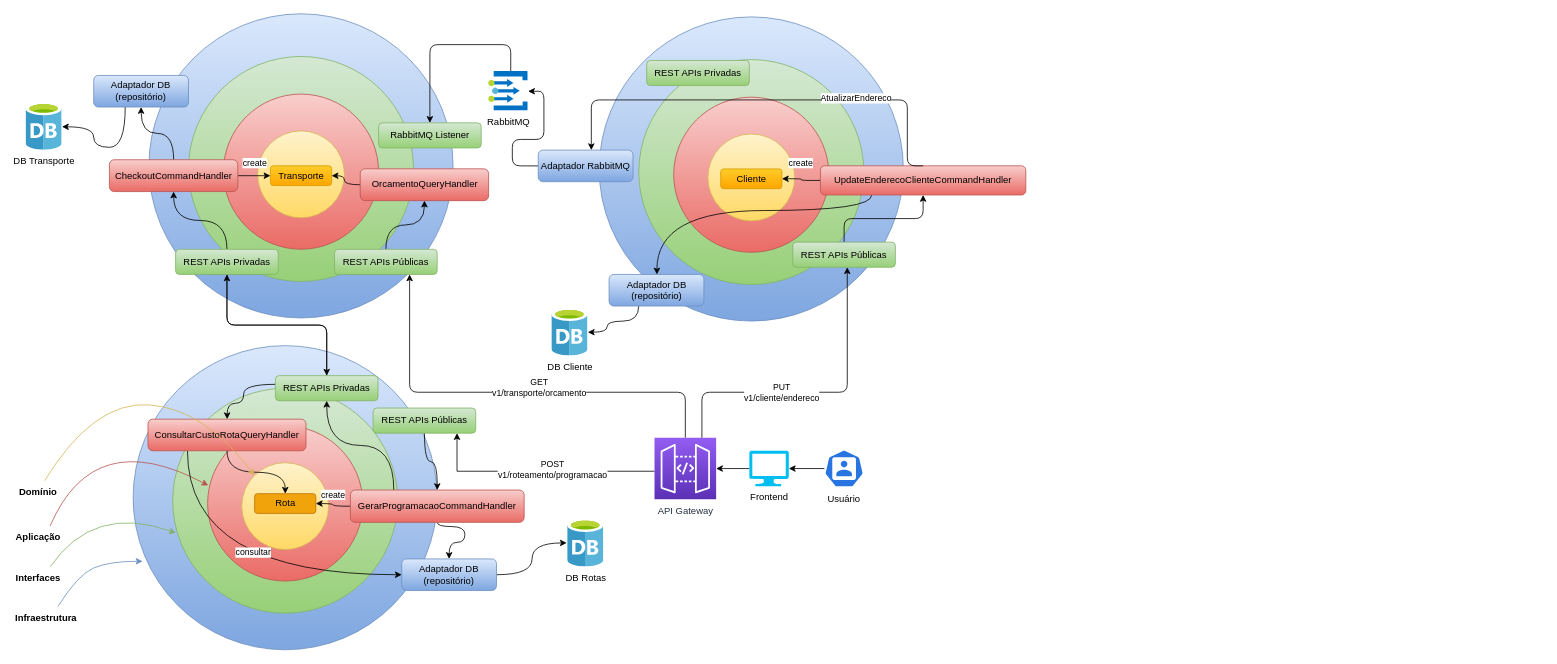
Earlier version of the draw.io diagram Untitled Diagram.drawio (sandromendes/boaentrega). Source tidied: cells renumbered, new cells numbered last; positions are measured from the earlier drawing's top-left corner, leaving out a move shared by most shapes. Both pictures are drawn from the tidied source at 79%, with x=0, y=0 at pixel (14, 13).
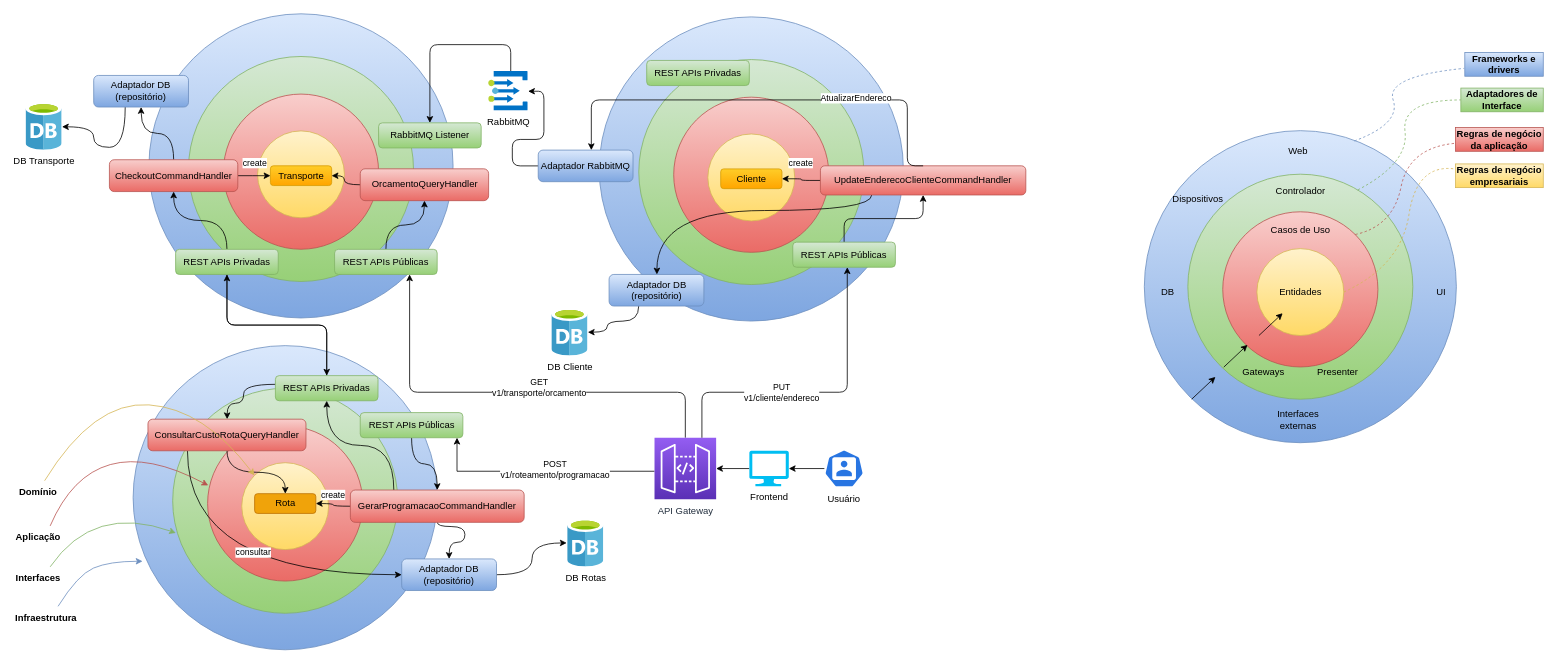
The same page after the edit.

What changed in the source:
```diff
@@
     <mxCell id="17" value="REST APIs Públicas" style="rounded=1;whiteSpace=wrap;html=1;fillColor=#d5e8d4;strokeColor=#82b366;gradientColor=#97d077;" parent="1" vertex="1">
-      <mxGeometry x="453.8" y="499" width="129.9" height="31.8" as="geometry" />
+      <mxGeometry x="437.5" y="504.8" width="129.9" height="31.8" as="geometry" />
     </mxCell>
@@
+    <mxCell id="83" style="group;" parent="1" vertex="1">
+      <mxGeometry x="1430" y="49" width="505" height="493.9" as="geometry" />
+    </mxCell>
+    <mxCell id="84" style="ellipse;whiteSpace=wrap;html=1;fillColor=#dae8fc;strokeColor=#6c8ebf;gradientColor=#7ea6e0;" parent="83" vertex="1">
+      <mxGeometry y="98.9" width="395" height="395" as="geometry" />
+    </mxCell>
+    <mxCell id="85" style="ellipse;whiteSpace=wrap;html=1;fillColor=#d5e8d4;strokeColor=#82b366;gradientColor=#97d077;" parent="83" vertex="1">
+      <mxGeometry x="55.1" y="154" width="284.8" height="284.8" as="geometry" />
+    </mxCell>
+    <mxCell id="86" style="ellipse;whiteSpace=wrap;html=1;fillColor=#f8cecc;strokeColor=#b85450;gradientColor=#ea6b66;" parent="83" vertex="1">
+      <mxGeometry x="99.3" y="201.6" width="196.4" height="196.4" as="geometry" />
+    </mxCell>
+    <mxCell id="87" style="ellipse;whiteSpace=wrap;html=1;fillColor=#fff2cc;strokeColor=#d6b656;gradientColor=#ffd966;" parent="83" vertex="1">
+      <mxGeometry x="142.5" y="248.2" width="110" height="110" as="geometry" />
+    </mxCell>
+    <mxCell id="88" value="Entidades" style="text;html=1;strokeColor=none;fillColor=none;align=center;verticalAlign=middle;whiteSpace=wrap;rounded=0;" parent="83" vertex="1">
+      <mxGeometry x="167.5" y="288.2" width="60" height="30" as="geometry" />
+    </mxCell>
+    <mxCell id="89" value="Casos de Uso" style="text;html=1;strokeColor=none;fillColor=none;align=center;verticalAlign=middle;whiteSpace=wrap;rounded=0;" parent="83" vertex="1">
+      <mxGeometry x="157.5" y="210" width="80" height="30" as="geometry" />
+    </mxCell>
+    <mxCell id="90" value="Controlador" style="text;html=1;strokeColor=none;fillColor=none;align=center;verticalAlign=middle;whiteSpace=wrap;rounded=0;" parent="83" vertex="1">
+      <mxGeometry x="167.5" y="160" width="60" height="30" as="geometry" />
+    </mxCell>
+    <mxCell id="91" value="Web" style="text;html=1;strokeColor=none;fillColor=none;align=center;verticalAlign=middle;whiteSpace=wrap;rounded=0;" parent="83" vertex="1">
+      <mxGeometry x="165.1" y="110" width="60" height="30" as="geometry" />
+    </mxCell>
+    <mxCell id="92" value="Dispositivos" style="text;html=1;strokeColor=none;fillColor=none;align=center;verticalAlign=middle;whiteSpace=wrap;rounded=0;" parent="83" vertex="1">
+      <mxGeometry x="37.8" y="171" width="60" height="30" as="geometry" />
+    </mxCell>
+    <mxCell id="93" value="DB" style="text;html=1;strokeColor=none;fillColor=none;align=center;verticalAlign=middle;whiteSpace=wrap;rounded=0;" parent="83" vertex="1">
+      <mxGeometry y="288.2" width="60" height="30" as="geometry" />
+    </mxCell>
+    <mxCell id="94" value="Interfaces externas" style="text;html=1;strokeColor=none;fillColor=none;align=center;verticalAlign=middle;whiteSpace=wrap;rounded=0;" parent="83" vertex="1">
+      <mxGeometry x="165.1" y="450" width="60" height="30" as="geometry" />
+    </mxCell>
+    <mxCell id="95" style="endArrow=none;html=1;exitX=0.673;exitY=0.033;exitDx=0;exitDy=0;exitPerimeter=0;curved=1;dashed=1;fillColor=#dae8fc;gradientColor=#7ea6e0;strokeColor=#6c8ebf;" parent="83" edge="1" source="84">
+      <mxGeometry relative="1" as="geometry">
+        <mxPoint x="405" y="20" as="targetPoint" />
+        <Array as="points">
+          <mxPoint x="325" y="90" />
+          <mxPoint x="305" y="30" />
+        </Array>
+      </mxGeometry>
+    </mxCell>
+    <mxCell id="96" style="endArrow=none;html=1;exitX=0.755;exitY=0.07;exitDx=0;exitDy=0;exitPerimeter=0;curved=1;dashed=1;fillColor=#d5e8d4;gradientColor=#97d077;strokeColor=#82b366;" parent="83" edge="1" source="85" target="100">
+      <mxGeometry relative="1" as="geometry">
+        <Array as="points">
+          <mxPoint x="335" y="140" />
+          <mxPoint x="325" y="60" />
+        </Array>
+      </mxGeometry>
+    </mxCell>
+    <mxCell id="97" style="endArrow=none;html=1;exitX=1;exitY=0;exitDx=0;exitDy=0;curved=1;dashed=1;fillColor=#f8cecc;gradientColor=#ea6b66;strokeColor=#b85450;" parent="83" edge="1" source="86" target="101">
+      <mxGeometry relative="1" as="geometry">
+        <Array as="points">
+          <mxPoint x="315" y="220" />
+          <mxPoint x="335" y="120" />
+        </Array>
+      </mxGeometry>
+    </mxCell>
+    <mxCell id="98" style="endArrow=none;html=1;exitX=1;exitY=0.5;exitDx=0;exitDy=0;curved=1;dashed=1;fillColor=#fff2cc;gradientColor=#ffd966;strokeColor=#d6b656;" parent="83" edge="1" source="87" target="102">
+      <mxGeometry relative="1" as="geometry">
+        <Array as="points">
+          <mxPoint x="325" y="270" />
+          <mxPoint x="345" y="140" />
+        </Array>
+      </mxGeometry>
+    </mxCell>
+    <mxCell id="99" value="Frameworks e drivers" style="text;html=1;strokeColor=#6c8ebf;fillColor=#dae8fc;align=center;verticalAlign=middle;whiteSpace=wrap;rounded=0;fontStyle=1;gradientColor=#7ea6e0;" parent="83" vertex="1">
+      <mxGeometry x="405.7" width="99.3" height="30" as="geometry" />
+    </mxCell>
+    <mxCell id="100" value="Adaptadores de Interface" style="text;html=1;strokeColor=#82b366;fillColor=#d5e8d4;align=center;verticalAlign=middle;whiteSpace=wrap;rounded=0;fontStyle=1;gradientColor=#97d077;" parent="83" vertex="1">
+      <mxGeometry x="400.7" y="45" width="104.3" height="30" as="geometry" />
+    </mxCell>
+    <mxCell id="101" value="Regras de negócio da aplicação" style="text;html=1;strokeColor=#b85450;fillColor=#f8cecc;align=center;verticalAlign=middle;whiteSpace=wrap;rounded=0;fontStyle=1;gradientColor=#ea6b66;" parent="83" vertex="1">
+      <mxGeometry x="394" y="95" width="111" height="30" as="geometry" />
+    </mxCell>
+    <mxCell id="102" value="Regras de negócio empresariais" style="text;html=1;strokeColor=#d6b656;fillColor=#fff2cc;align=center;verticalAlign=middle;whiteSpace=wrap;rounded=0;gradientColor=#ffd966;fontStyle=1;" parent="83" vertex="1">
+      <mxGeometry x="394" y="141" width="111" height="30" as="geometry" />
+    </mxCell>
+    <mxCell id="103" style="endArrow=classic;html=1;rounded=0;" parent="83" edge="1">
+      <mxGeometry relative="1" as="geometry">
+        <mxPoint x="145.1" y="358.2" as="sourcePoint" />
+        <mxPoint x="175.1" y="330" as="targetPoint" />
+      </mxGeometry>
+    </mxCell>
+    <mxCell id="104" style="endArrow=classic;html=1;rounded=0;" parent="83" edge="1">
+      <mxGeometry relative="1" as="geometry">
+        <mxPoint x="100.6" y="398.2" as="sourcePoint" />
+        <mxPoint x="130.6" y="370" as="targetPoint" />
+      </mxGeometry>
+    </mxCell>
+    <mxCell id="105" style="endArrow=classic;html=1;rounded=0;" parent="83" edge="1">
+      <mxGeometry relative="1" as="geometry">
+        <mxPoint x="60" y="438.8" as="sourcePoint" />
+        <mxPoint x="90" y="410.6" as="targetPoint" />
+      </mxGeometry>
+    </mxCell>
+    <mxCell id="106" value="Gateways" style="text;html=1;strokeColor=none;fillColor=none;align=center;verticalAlign=middle;whiteSpace=wrap;rounded=0;" parent="83" vertex="1">
+      <mxGeometry x="120.6" y="390" width="60" height="30" as="geometry" />
+    </mxCell>
+    <mxCell id="107" value="Presenter" style="text;html=1;strokeColor=none;fillColor=none;align=center;verticalAlign=middle;whiteSpace=wrap;rounded=0;" parent="83" vertex="1">
+      <mxGeometry x="215" y="390" width="60" height="30" as="geometry" />
+    </mxCell>
+    <mxCell id="108" value="UI" style="text;html=1;strokeColor=none;fillColor=none;align=center;verticalAlign=middle;whiteSpace=wrap;rounded=0;" parent="83" vertex="1">
+      <mxGeometry x="345.7" y="288.2" width="60" height="30" as="geometry" />
+    </mxCell>
```
